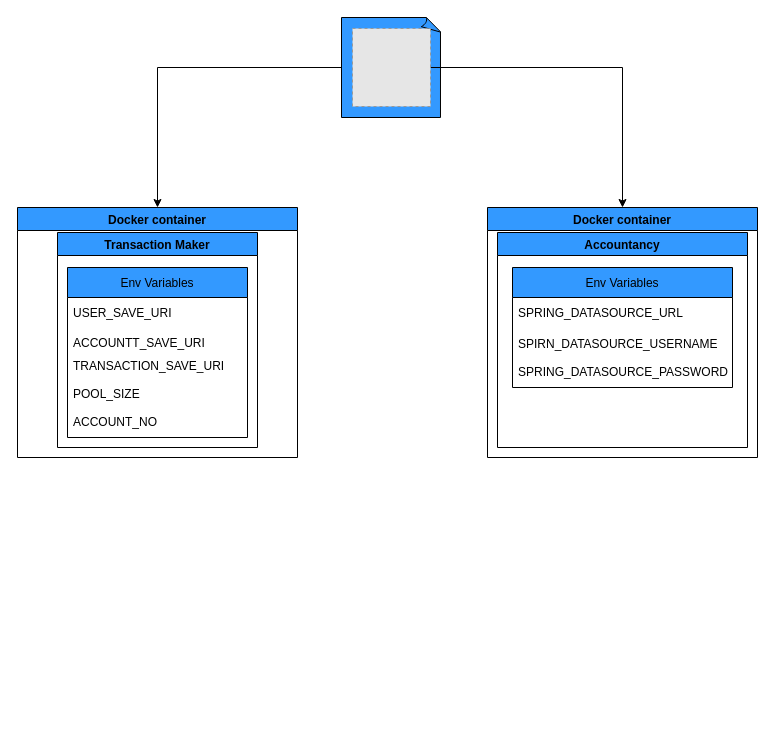
Earlier version of the draw.io diagram AccountancyApp.drawio (razone24/SPD). Source tidied: cells renumbered, new cells numbered last; positions are measured from the earlier drawing's top-left corner, leaving out a move shared by most shapes. Both pictures are drawn from the tidied source at 100%, with x=0, y=0 at pixel (17, 17). Pictures stored in the file or linked from it are replaced by grey dashed boxes.
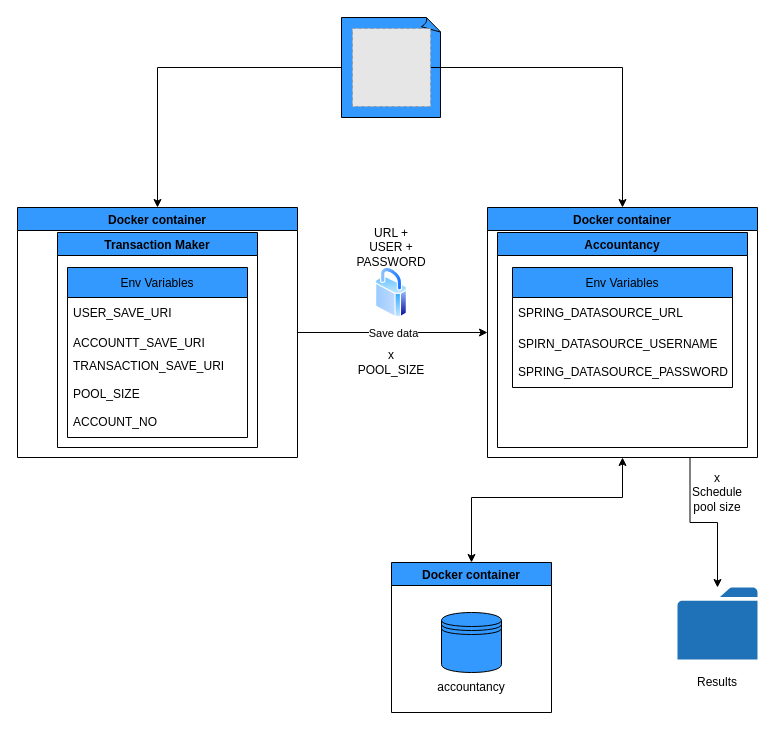
Above is the later version.

Unchanged cells that the change refers to:
```xml
<mxCell id="5" value="Docker container" style="swimlane;fillColor=#3399FF;" parent="1" vertex="1">
  <mxGeometry y="190" width="280" height="250" as="geometry" />
</mxCell>
<mxCell id="12" value="Docker container" style="swimlane;fillColor=#3399FF;" parent="1" vertex="1">
  <mxGeometry x="470" y="190" width="270" height="250" as="geometry" />
</mxCell>
```

Diff of the diagram source:
```diff
@@
+    <mxCell id="17" style="edgeStyle=orthogonalEdgeStyle;rounded=0;jettySize=auto;html=1;exitX=0.75;exitY=1;exitDx=0;exitDy=0;" parent="1" edge="1" source="12" target="22">
+      <mxGeometry relative="1" as="geometry" />
+    </mxCell>
@@
+    <mxCell id="18" value="Docker container" style="swimlane;fillColor=#3399FF;" parent="1" vertex="1">
+      <mxGeometry x="374" y="545" width="160" height="150" as="geometry" />
+    </mxCell>
+    <mxCell id="19" style="shape=datastore;whiteSpace=wrap;html=1;fillColor=#3399FF;" parent="18" vertex="1">
+      <mxGeometry x="50" y="50" width="60" height="60" as="geometry" />
+    </mxCell>
+    <mxCell id="20" value="accountancy&lt;br&gt;" style="text;html=1;strokeColor=none;fillColor=none;align=center;verticalAlign=middle;whiteSpace=wrap;rounded=0;" parent="18" vertex="1">
+      <mxGeometry x="50" y="110" width="60" height="30" as="geometry" />
+    </mxCell>
+    <mxCell id="21" style="endArrow=classic;startArrow=classic;html=1;rounded=0;exitX=0.5;exitY=0;exitDx=0;exitDy=0;entryX=0.5;entryY=1;entryDx=0;entryDy=0;" parent="1" edge="1" source="18" target="12">
+      <mxGeometry relative="1" as="geometry">
+        <Array as="points">
+          <mxPoint x="454" y="480" />
+          <mxPoint x="605" y="480" />
+        </Array>
+      </mxGeometry>
+    </mxCell>
+    <mxCell id="22" style="sketch=0;shadow=0;dashed=0;html=1;strokeColor=none;labelPosition=center;verticalLabelPosition=bottom;verticalAlign=top;outlineConnect=0;align=center;shape=mxgraph.office.concepts.folder;fillColor=#2072B8;" parent="1" vertex="1">
+      <mxGeometry x="660" y="570" width="80" height="72" as="geometry" />
+    </mxCell>
+    <mxCell id="23" value="Results&lt;br&gt;" style="text;html=1;strokeColor=none;fillColor=none;align=center;verticalAlign=middle;whiteSpace=wrap;rounded=0;" parent="1" vertex="1">
+      <mxGeometry x="670" y="650" width="60" height="30" as="geometry" />
+    </mxCell>
+    <mxCell id="24" style="endArrow=classic;html=1;rounded=0;exitX=1;exitY=0.5;exitDx=0;exitDy=0;entryX=0;entryY=0.5;entryDx=0;entryDy=0;" parent="1" edge="1" source="5" target="12">
+      <mxGeometry relative="1" as="geometry" />
+    </mxCell>
+    <mxCell id="25" value="Save data" style="edgeLabel;html=1;align=center;verticalAlign=middle;fillColor=#3399FF;" parent="24" vertex="1">
+      <mxGeometry relative="1" as="geometry" />
+    </mxCell>
+    <mxCell id="26" value="x POOL_SIZE" style="text;html=1;strokeColor=none;fillColor=none;align=center;verticalAlign=middle;whiteSpace=wrap;rounded=0;" parent="1" vertex="1">
+      <mxGeometry x="344" y="330" width="60" height="30" as="geometry" />
+    </mxCell>
+    <mxCell id="27" value="x Schedule pool size" style="text;html=1;strokeColor=none;fillColor=none;align=center;verticalAlign=middle;whiteSpace=wrap;rounded=0;" parent="1" vertex="1">
+      <mxGeometry x="670" y="460" width="60" height="30" as="geometry" />
+    </mxCell>
+    <mxCell id="28" style="perimeter=ellipsePerimeter;html=1;align=center;shadow=0;dashed=0;spacingTop=3;image;image=img/lib/active_directory/secure.svg;fillColor=#3399FF;" parent="1" vertex="1">
+      <mxGeometry x="358" y="250" width="32" height="50" as="geometry" />
+    </mxCell>
+    <mxCell id="29" value="URL + USER + PASSWORD" style="text;html=1;strokeColor=none;fillColor=none;align=center;verticalAlign=middle;whiteSpace=wrap;rounded=0;" parent="1" vertex="1">
+      <mxGeometry x="344" y="215" width="60" height="30" as="geometry" />
+    </mxCell>
```
